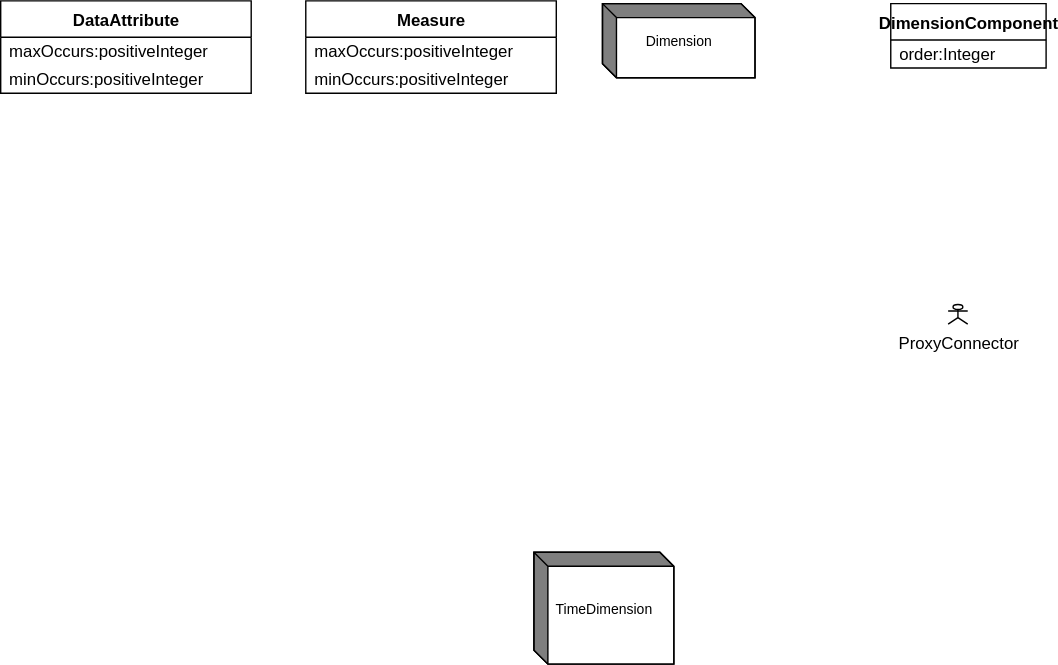
The draw.io diagram docs/technical_notes/media/sdmx_datastructure-datastructure_component_roles.svg in sdmx-twg/sdmx-im, before a commit. Source tidied: cells renumbered, new cells last; positions are measured from the earlier drawing's top-left corner, leaving out a move shared by most shapes.
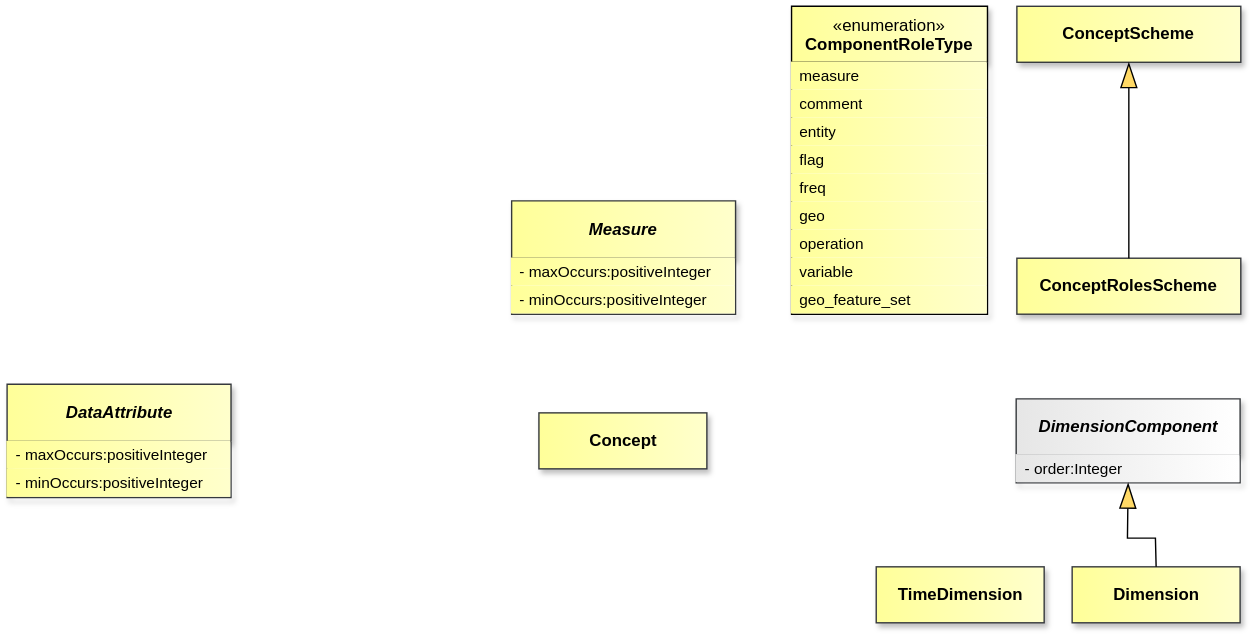
Later version of the same file.

What changed in the source:
```diff
@@ -2,45 +2,12 @@
   <root>
     <mxCell id="0" />
     <mxCell id="1" parent="0" />
-    <mxCell id="2" value="Dimension" style="shape=mxgraph.dfd.externalEntity;fontSize=10;" parent="1" vertex="1">
-      <mxGeometry x="430" y="2" width="109" height="53" as="geometry" />
-    </mxCell>
-    <mxCell id="3" value="DataAttribute" style="swimlane;fontStyle=1;align=center;verticalAlign=top;horizontal=1;startSize=26;whiteSpace=wrap;html=1;" parent="1" vertex="1">
-      <mxGeometry width="179" height="66" as="geometry" />
-    </mxCell>
-    <mxCell id="4" value="maxOccurs:positiveInteger" style="text;strokeColor=none;fillColor=none;align=left;verticalAlign=middle;spacingLeft=4;spacingRight=4;overflow=hidden;whiteSpace=wrap;html=1;" parent="3" vertex="1">
-      <mxGeometry y="26" width="179" height="20" as="geometry" />
-    </mxCell>
-    <mxCell id="5" value="minOccurs:positiveInteger" style="text;strokeColor=none;fillColor=none;align=left;verticalAlign=middle;spacingLeft=4;spacingRight=4;overflow=hidden;whiteSpace=wrap;html=1;" parent="3" vertex="1">
-      <mxGeometry y="46" width="179" height="20" as="geometry" />
-    </mxCell>
-    <mxCell id="6" value="Measure" style="swimlane;fontStyle=1;align=center;verticalAlign=top;horizontal=1;startSize=26;whiteSpace=wrap;html=1;" parent="1" vertex="1">
-      <mxGeometry x="218" width="179" height="66" as="geometry" />
-    </mxCell>
-    <mxCell id="7" value="maxOccurs:positiveInteger" style="text;strokeColor=none;fillColor=none;align=left;verticalAlign=middle;spacingLeft=4;spacingRight=4;overflow=hidden;whiteSpace=wrap;html=1;" parent="6" vertex="1">
-      <mxGeometry y="26" width="179" height="20" as="geometry" />
-    </mxCell>
-    <mxCell id="8" value="minOccurs:positiveInteger" style="text;strokeColor=none;fillColor=none;align=left;verticalAlign=middle;spacingLeft=4;spacingRight=4;overflow=hidden;whiteSpace=wrap;html=1;" parent="6" vertex="1">
-      <mxGeometry y="46" width="179" height="20" as="geometry" />
-    </mxCell>
-    <mxCell id="9" value="TimeDimension" style="shape=mxgraph.dfd.externalEntity;fontSize=10;" parent="1" vertex="1">
-      <mxGeometry x="381" y="394" width="100" height="80" as="geometry" />
-    </mxCell>
-    <mxCell id="10" value="DimensionComponent" style="swimlane;fontStyle=1;align=center;verticalAlign=top;horizontal=1;startSize=26;whiteSpace=wrap;html=1;" parent="1" vertex="1">
-      <mxGeometry x="636" y="2" width="111" height="46" as="geometry" />
-    </mxCell>
-    <mxCell id="11" value="order:Integer" style="text;strokeColor=none;fillColor=none;align=left;verticalAlign=middle;spacingLeft=4;spacingRight=4;overflow=hidden;whiteSpace=wrap;html=1;" parent="10" vertex="1">
-      <mxGeometry y="26" width="111" height="20" as="geometry" />
-    </mxCell>
     <mxCell id="12" value="/grouping" style="endArrow=none;" parent="1" edge="1">
       <mxGeometry relative="1" as="geometry" />
     </mxCell>
     <mxCell id="13" value="/metadata" style="endArrow=none;" parent="1" edge="1">
       <mxGeometry relative="1" as="geometry" />
     </mxCell>
-    <mxCell id="14" value="/components" style="endArrow=none;" parent="1" edge="1" source="3">
-      <mxGeometry relative="1" as="geometry" />
-    </mxCell>
     <mxCell id="15" value="/grouping" style="endArrow=none;" parent="1" edge="1">
       <mxGeometry relative="1" as="geometry" />
     </mxCell>
@@ -56,18 +23,6 @@
     <mxCell id="19" style="endArrow=none;" parent="1" edge="1">
       <mxGeometry relative="1" as="geometry" />
     </mxCell>
-    <mxCell id="20" style="endArrow=none;" parent="1" edge="1" target="3">
-      <mxGeometry relative="1" as="geometry" />
-    </mxCell>
-    <mxCell id="21" style="endArrow=none;" parent="1" edge="1" target="3">
-      <mxGeometry relative="1" as="geometry" />
-    </mxCell>
-    <mxCell id="22" style="endArrow=none;" parent="1" edge="1" source="3">
-      <mxGeometry relative="1" as="geometry" />
-    </mxCell>
-    <mxCell id="23" value="/conceptIdentity" style="endArrow=none;" parent="1" edge="1" source="3">
-      <mxGeometry relative="1" as="geometry" />
-    </mxCell>
     <mxCell id="24" value="/structure" style="endArrow=none;" parent="1" edge="1">
       <mxGeometry relative="1" as="geometry" />
     </mxCell>
@@ -77,21 +32,6 @@
     <mxCell id="26" style="endArrow=none;" parent="1" edge="1">
       <mxGeometry relative="1" as="geometry" />
     </mxCell>
-    <mxCell id="27" value="/components" style="endArrow=none;" parent="1" edge="1" source="6">
-      <mxGeometry relative="1" as="geometry" />
-    </mxCell>
-    <mxCell id="28" style="endArrow=none;" parent="1" edge="1" source="6">
-      <mxGeometry relative="1" as="geometry" />
-    </mxCell>
-    <mxCell id="29" style="endArrow=none;" parent="1" edge="1" source="6">
-      <mxGeometry relative="1" as="geometry" />
-    </mxCell>
-    <mxCell id="30" value="/conceptIdentity" style="endArrow=none;" parent="1" edge="1" source="6">
-      <mxGeometry relative="1" as="geometry" />
-    </mxCell>
-    <mxCell id="31" value="/components" style="endArrow=none;" parent="1" edge="1" source="10">
-      <mxGeometry relative="1" as="geometry" />
-    </mxCell>
     <mxCell id="32" value="/grouping" style="endArrow=none;" parent="1" edge="1">
       <mxGeometry relative="1" as="geometry" />
     </mxCell>
@@ -116,29 +56,94 @@
     <mxCell id="39" style="endArrow=none;" parent="1" edge="1">
       <mxGeometry relative="1" as="geometry" />
     </mxCell>
-    <mxCell id="40" value="/components" style="endArrow=none;" parent="1" edge="1" source="10">
-      <mxGeometry relative="1" as="geometry" />
-    </mxCell>
     <mxCell id="41" style="endArrow=none;" parent="1" edge="1">
       <mxGeometry relative="1" as="geometry" />
     </mxCell>
     <mxCell id="42" style="endArrow=none;" parent="1" edge="1">
       <mxGeometry relative="1" as="geometry" />
     </mxCell>
-    <mxCell id="43" style="endArrow=none;" parent="1" edge="1" source="10">
-      <mxGeometry relative="1" as="geometry" />
-    </mxCell>
     <mxCell id="44" style="endArrow=none;" parent="1" edge="1">
       <mxGeometry relative="1" as="geometry" />
     </mxCell>
-    <mxCell id="45" value="/conceptIdentity" style="endArrow=none;" parent="1" edge="1" source="10">
-      <mxGeometry relative="1" as="geometry" />
-    </mxCell>
-    <mxCell id="46" style="endArrow=none;" parent="1" edge="1" source="10">
-      <mxGeometry relative="1" as="geometry" />
-    </mxCell>
-    <mxCell id="47" value="ProxyConnector" style="shape=umlActor;verticalLabelPosition=bottom;verticalAlign=top;html=1;" parent="1" vertex="1">
-      <mxGeometry x="677" y="217" width="14" height="14" as="geometry" />
-    </mxCell>
+    <mxCell id="3" value="DataAttribute" style="swimlane;fontStyle=3;align=center;verticalAlign=middle;horizontal=1;startSize=41;whiteSpace=wrap;html=1;strokeColor=#36393d;fontFamily=Helvetica;fontSize=12;fillColor=light-dark(#FFFF99,#FFFF99);gradientDirection=east;gradientColor=light-dark(#FFFFCC,#FFFFCC);fontColor=light-dark(#000000,#000000);shadow=1;" parent="1" vertex="1">
+      <mxGeometry x="-67.5" y="169" width="160" height="81" as="geometry" />
+    </mxCell>
+    <mxCell id="48" value="- maxOccurs:positiveInteger" style="text;strokeColor=none;fillColor=light-dark(#FFFF99,#FFFF99);align=left;verticalAlign=middle;spacingLeft=4;spacingRight=4;overflow=hidden;whiteSpace=wrap;html=1;fontFamily=Helvetica;fontSize=11;fontColor=light-dark(#000000,#000000);fontStyle=0;gradientColor=light-dark(#FFFFCC,#FFFFCC);gradientDirection=east;" parent="3" vertex="1">
+      <mxGeometry y="41" width="160" height="20" as="geometry" />
+    </mxCell>
+    <mxCell id="49" value="- minOccurs:positiveInteger" style="text;strokeColor=none;fillColor=light-dark(#FFFF99,#FFFF99);align=left;verticalAlign=middle;spacingLeft=4;spacingRight=4;overflow=hidden;whiteSpace=wrap;html=1;fontFamily=Helvetica;fontSize=11;fontColor=light-dark(#000000,#000000);fontStyle=0;gradientColor=light-dark(#FFFFCC,#FFFFCC);gradientDirection=east;" parent="3" vertex="1">
+      <mxGeometry y="61" width="160" height="20" as="geometry" />
+    </mxCell>
+    <mxCell id="6" value="Measure" style="swimlane;fontStyle=3;align=center;verticalAlign=middle;horizontal=1;startSize=41;whiteSpace=wrap;html=1;strokeColor=#36393d;fontFamily=Helvetica;fontSize=12;fillColor=light-dark(#FFFF99,#FFFF99);gradientDirection=east;gradientColor=light-dark(#FFFFCC,#FFFFCC);fontColor=light-dark(#000000,#000000);shadow=1;" parent="1" vertex="1">
+      <mxGeometry x="293" y="38" width="160" height="81" as="geometry" />
+    </mxCell>
+    <mxCell id="50" value="- maxOccurs:positiveInteger" style="text;strokeColor=none;fillColor=light-dark(#FFFF99,#FFFF99);align=left;verticalAlign=middle;spacingLeft=4;spacingRight=4;overflow=hidden;whiteSpace=wrap;html=1;fontFamily=Helvetica;fontSize=11;fontColor=light-dark(#000000,#000000);fontStyle=0;gradientColor=light-dark(#FFFFCC,#FFFFCC);gradientDirection=east;" parent="6" vertex="1">
+      <mxGeometry y="41" width="160" height="20" as="geometry" />
+    </mxCell>
+    <mxCell id="51" value="- minOccurs:positiveInteger" style="text;strokeColor=none;fillColor=light-dark(#FFFF99,#FFFF99);align=left;verticalAlign=middle;spacingLeft=4;spacingRight=4;overflow=hidden;whiteSpace=wrap;html=1;fontFamily=Helvetica;fontSize=11;fontColor=light-dark(#000000,#000000);fontStyle=0;gradientColor=light-dark(#FFFFCC,#FFFFCC);gradientDirection=east;" parent="6" vertex="1">
+      <mxGeometry y="61" width="160" height="20" as="geometry" />
+    </mxCell>
+    <mxCell id="52" value="&lt;span&gt;&lt;span&gt;Concept&lt;/span&gt;&lt;/span&gt;" style="whiteSpace=wrap;html=1;verticalAlign=middle;gradientDirection=east;imageVerticalAlign=top;fontStyle=1;fillColor=light-dark(#FFFF99,#FFFF99);strokeColor=#36393d;fontColor=light-dark(#000000,#000000);gradientColor=light-dark(#FFFFCC,#FFFFCC);shadow=1;" parent="1" vertex="1">
+      <mxGeometry x="312.5" y="189.5" width="120" height="40" as="geometry" />
+    </mxCell>
+    <mxCell id="53" value="&lt;span&gt;&lt;span&gt;ConceptScheme&lt;/span&gt;&lt;/span&gt;" style="whiteSpace=wrap;html=1;verticalAlign=middle;gradientDirection=east;imageVerticalAlign=top;fontStyle=1;fillColor=light-dark(#FFFF99,#FFFF99);strokeColor=#36393d;fontColor=light-dark(#000000,#000000);gradientColor=light-dark(#FFFFCC,#FFFFCC);shadow=1;" parent="1" vertex="1">
+      <mxGeometry x="654" y="-101" width="160" height="40" as="geometry" />
+    </mxCell>
+    <mxCell id="2" value="Dimension" style="whiteSpace=wrap;html=1;verticalAlign=middle;gradientDirection=east;imageVerticalAlign=top;fontStyle=1;fillColor=light-dark(#FFFF99,#FFFF99);strokeColor=#36393d;fontColor=light-dark(#000000,#000000);gradientColor=light-dark(#FFFFCC,#FFFFCC);shadow=1;" parent="1" vertex="1">
+      <mxGeometry x="693.5" y="299.5" width="120" height="40" as="geometry" />
+    </mxCell>
+    <mxCell id="9" value="TimeDimension" style="whiteSpace=wrap;html=1;verticalAlign=middle;gradientDirection=east;imageVerticalAlign=top;fontStyle=1;fillColor=light-dark(#FFFF99,#FFFF99);strokeColor=#36393d;fontColor=light-dark(#000000,#000000);gradientColor=light-dark(#FFFFCC,#FFFFCC);shadow=1;" parent="1" vertex="1">
+      <mxGeometry x="553.5" y="299.5" width="120" height="40" as="geometry" />
+    </mxCell>
+    <mxCell id="10" value="DimensionComponent" style="swimlane;fontStyle=3;align=center;verticalAlign=middle;horizontal=1;startSize=40;whiteSpace=wrap;html=1;strokeColor=#36393d;fontFamily=Helvetica;fontSize=12;fillColor=light-dark(#E6E6E6,#E6E6E6);gradientDirection=east;gradientColor=light-dark(#FFFFFF,#FFFFFF);fontColor=light-dark(#000000,#000000);shadow=1;" parent="1" vertex="1">
+      <mxGeometry x="653.5" y="179.5" width="160" height="60" as="geometry" />
+    </mxCell>
+    <mxCell id="54" value="- order:Integer" style="text;strokeColor=none;fillColor=light-dark(#E6E6E6,#E6E6E6);align=left;verticalAlign=middle;spacingLeft=4;spacingRight=4;overflow=hidden;whiteSpace=wrap;html=1;fontFamily=Helvetica;fontSize=11;fontColor=light-dark(#000000,#000000);fontStyle=0;gradientColor=light-dark(#FFFFFF,#FFFFFF);gradientDirection=east;" parent="10" vertex="1">
+      <mxGeometry y="40" width="160" height="20" as="geometry" />
+    </mxCell>
+    <mxCell id="55" value="&lt;span&gt;&lt;span&gt;ConceptRolesScheme&lt;/span&gt;&lt;/span&gt;" style="whiteSpace=wrap;html=1;verticalAlign=middle;gradientDirection=east;imageVerticalAlign=top;fontStyle=1;fillColor=light-dark(#FFFF99,#FFFF99);strokeColor=#36393d;fontColor=light-dark(#000000,#000000);gradientColor=light-dark(#FFFFCC,#FFFFCC);shadow=1;" parent="1" vertex="1">
+      <mxGeometry x="654" y="79" width="160" height="40" as="geometry" />
+    </mxCell>
+    <mxCell id="56" value="&lt;span style=&quot;font-weight: normal;&quot;&gt;«enumeration»&lt;/span&gt;&lt;br&gt;ComponentRoleType" style="swimlane;fontStyle=1;align=center;verticalAlign=top;horizontal=1;startSize=40;whiteSpace=wrap;html=1;fillColor=light-dark(#FFFF99,#FFFF99);strokeColor=light-dark(#000000,#000000);gradientDirection=east;swimlaneLine=1;fontColor=light-dark(#000000,#000000);labelBackgroundColor=none;textShadow=0;gradientColor=light-dark(#FFFFCC,#FFFFCC);shadow=1;" parent="1" vertex="1">
+      <mxGeometry x="493" y="-101" width="140" height="220" as="geometry" />
+    </mxCell>
+    <mxCell id="57" value="measure" style="text;strokeColor=none;fillColor=light-dark(#FFFF99,#FFFF99);align=left;verticalAlign=middle;spacingLeft=4;spacingRight=4;overflow=hidden;whiteSpace=wrap;html=1;fontFamily=Helvetica;fontSize=11;fontColor=light-dark(#000000,#000000);gradientColor=light-dark(#FFFFCC,#FFFFCC);gradientDirection=east;" parent="56" vertex="1">
+      <mxGeometry y="40" width="140" height="20" as="geometry" />
+    </mxCell>
+    <mxCell id="58" value="comment" style="text;strokeColor=none;fillColor=light-dark(#FFFF99,#FFFF99);align=left;verticalAlign=middle;spacingLeft=4;spacingRight=4;overflow=hidden;whiteSpace=wrap;html=1;fontFamily=Helvetica;fontSize=11;fontColor=light-dark(#000000,#000000);gradientColor=light-dark(#FFFFCC,#FFFFCC);gradientDirection=east;" parent="56" vertex="1">
+      <mxGeometry y="60" width="140" height="20" as="geometry" />
+    </mxCell>
+    <mxCell id="59" value="entity" style="text;strokeColor=none;fillColor=light-dark(#FFFF99,#FFFF99);align=left;verticalAlign=middle;spacingLeft=4;spacingRight=4;overflow=hidden;whiteSpace=wrap;html=1;fontFamily=Helvetica;fontSize=11;fontColor=light-dark(#000000,#000000);gradientColor=light-dark(#FFFFCC,#FFFFCC);gradientDirection=east;" parent="56" vertex="1">
+      <mxGeometry y="80" width="140" height="20" as="geometry" />
+    </mxCell>
+    <mxCell id="60" value="flag" style="text;strokeColor=none;fillColor=light-dark(#FFFF99,#FFFF99);align=left;verticalAlign=middle;spacingLeft=4;spacingRight=4;overflow=hidden;whiteSpace=wrap;html=1;fontFamily=Helvetica;fontSize=11;fontColor=light-dark(#000000,#000000);gradientColor=light-dark(#FFFFCC,#FFFFCC);gradientDirection=east;" parent="56" vertex="1">
+      <mxGeometry y="100" width="140" height="20" as="geometry" />
+    </mxCell>
+    <mxCell id="61" value="freq" style="text;strokeColor=none;fillColor=light-dark(#FFFF99,#FFFF99);align=left;verticalAlign=middle;spacingLeft=4;spacingRight=4;overflow=hidden;whiteSpace=wrap;html=1;fontFamily=Helvetica;fontSize=11;fontColor=light-dark(#000000,#000000);gradientColor=light-dark(#FFFFCC,#FFFFCC);gradientDirection=east;" parent="56" vertex="1">
+      <mxGeometry y="120" width="140" height="20" as="geometry" />
+    </mxCell>
+    <mxCell id="62" value="geo" style="text;strokeColor=none;fillColor=light-dark(#FFFF99,#FFFF99);align=left;verticalAlign=middle;spacingLeft=4;spacingRight=4;overflow=hidden;whiteSpace=wrap;html=1;fontFamily=Helvetica;fontSize=11;fontColor=light-dark(#000000,#000000);gradientColor=light-dark(#FFFFCC,#FFFFCC);gradientDirection=east;" parent="56" vertex="1">
+      <mxGeometry y="140" width="140" height="20" as="geometry" />
+    </mxCell>
+    <mxCell id="63" value="operation" style="text;strokeColor=none;fillColor=light-dark(#FFFF99,#FFFF99);align=left;verticalAlign=middle;spacingLeft=4;spacingRight=4;overflow=hidden;whiteSpace=wrap;html=1;fontFamily=Helvetica;fontSize=11;fontColor=light-dark(#000000,#000000);gradientColor=light-dark(#FFFFCC,#FFFFCC);gradientDirection=east;" parent="56" vertex="1">
+      <mxGeometry y="160" width="140" height="20" as="geometry" />
+    </mxCell>
+    <mxCell id="64" value="variable" style="text;strokeColor=none;fillColor=light-dark(#FFFF99,#FFFF99);align=left;verticalAlign=middle;spacingLeft=4;spacingRight=4;overflow=hidden;whiteSpace=wrap;html=1;fontFamily=Helvetica;fontSize=11;fontColor=light-dark(#000000,#000000);gradientColor=light-dark(#FFFFCC,#FFFFCC);gradientDirection=east;" parent="56" vertex="1">
+      <mxGeometry y="180" width="140" height="20" as="geometry" />
+    </mxCell>
+    <mxCell id="65" value="geo_feature_set" style="text;strokeColor=none;fillColor=light-dark(#FFFF99,#FFFF99);align=left;verticalAlign=middle;spacingLeft=4;spacingRight=4;overflow=hidden;whiteSpace=wrap;html=1;fontFamily=Helvetica;fontSize=11;fontColor=light-dark(#000000,#000000);gradientColor=light-dark(#FFFFCC,#FFFFCC);gradientDirection=east;" parent="56" vertex="1">
+      <mxGeometry y="200" width="140" height="20" as="geometry" />
+    </mxCell>
+    <mxCell id="66" style="endArrow=blockThin;endSize=16;endFill=1;html=1;rounded=0;entryX=0.5;entryY=1;entryDx=0;entryDy=0;startFill=0;endFillColor=light-dark(#FFD966,#FFD966);strokeColor=light-dark(#000000,#FFFFFF);startFillColor=light-dark(#000000,#FFFFFF);labelBackgroundColor=none;labelBorderColor=light-dark(#000000,#FFFFFF);exitX=0.5;exitY=0;exitDx=0;exitDy=0;" parent="1" edge="1" source="55" target="53">
+      <mxGeometry x="-0.4" relative="1" as="geometry" />
+    </mxCell>
+    <mxCell id="67" style="endArrow=blockThin;endSize=16;endFill=1;html=1;rounded=0;entryX=0.5;entryY=1;entryDx=0;entryDy=0;startFill=0;endFillColor=light-dark(#FFD966,#FFD966);strokeColor=light-dark(#000000,#FFFFFF);startFillColor=light-dark(#000000,#FFFFFF);labelBackgroundColor=none;labelBorderColor=light-dark(#000000,#FFFFFF);exitX=0.5;exitY=0;exitDx=0;exitDy=0;" parent="1" edge="1" source="2" target="10">
+      <mxGeometry x="-0.53" relative="1" as="geometry">
+        <Array as="points">
+          <mxPoint x="753" y="279" />
+          <mxPoint x="733" y="279" />
+        </Array>
+      </mxGeometry>
+    </mxCell>
   </root>
 </mxGraphModel>
```
